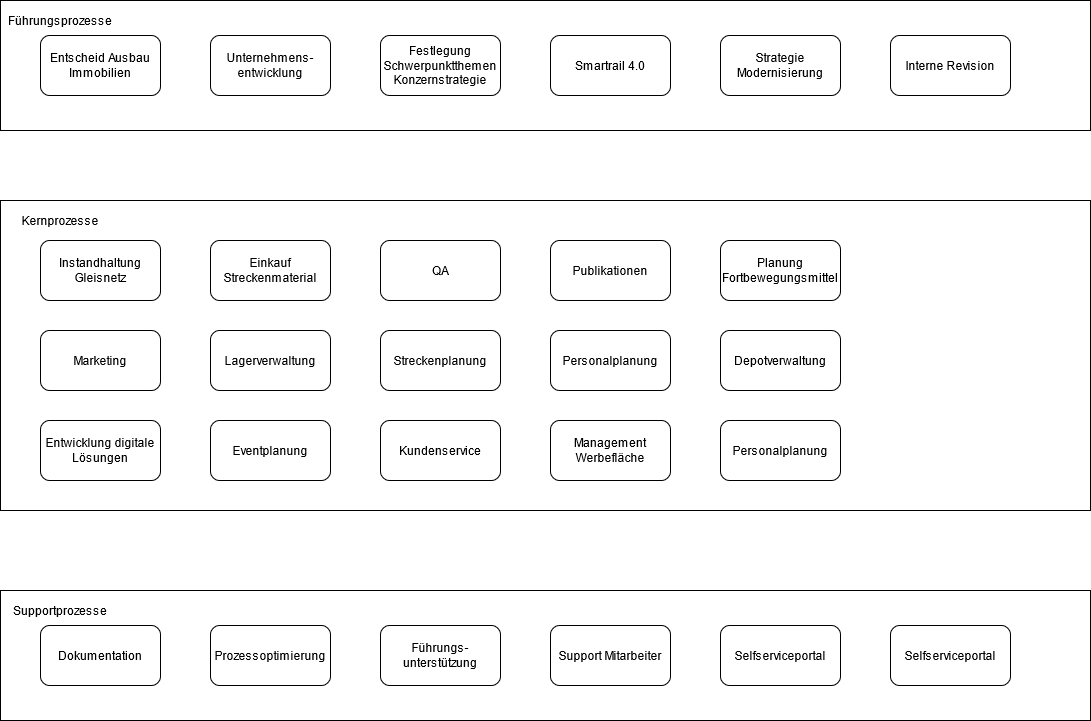
MokthecoolWok/m254 keeps this draw.io diagram as ProzessMAP_A4.png. Above is the earlier version. Source tidied: cells renumbered, new cells last; positions are measured from the earlier drawing's top-left corner, leaving out a move shared by most shapes.
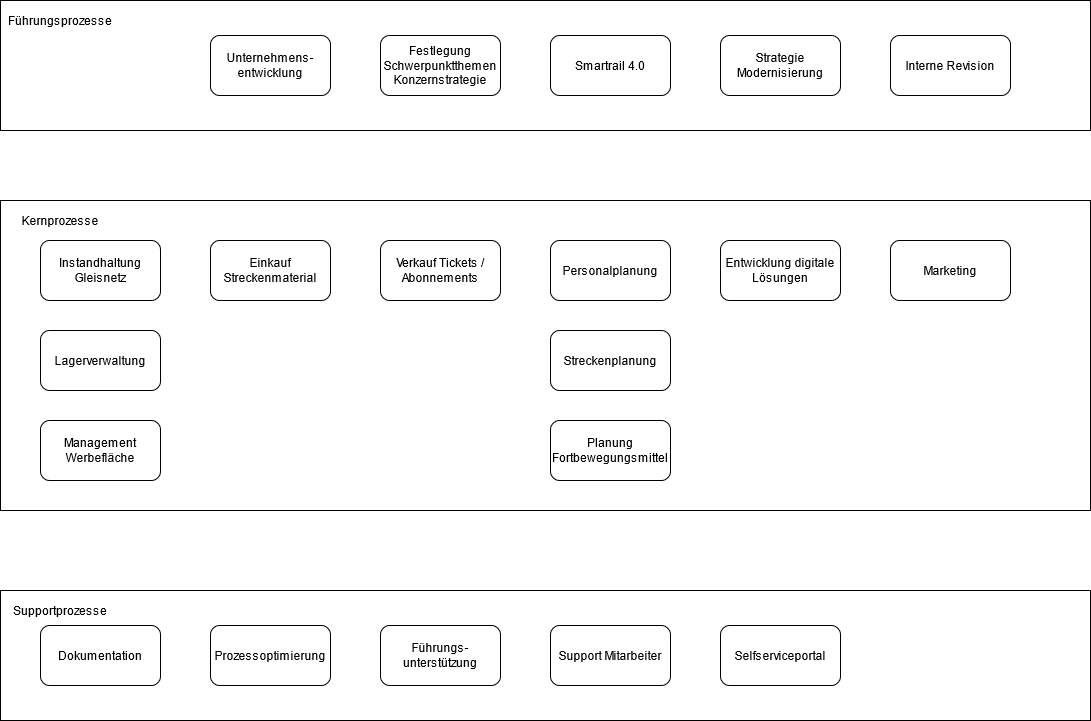
The same diagram one commit later.

Change to the diagram source:
```diff
@@ -15,47 +15,32 @@
       <mxGeometry x="40" y="40" width="120" height="60" as="geometry" />
     </mxCell>
     <mxCell id="6" value="Marketing" style="rounded=1;whiteSpace=wrap;html=1;" parent="2" vertex="1">
-      <mxGeometry x="40" y="130" width="120" height="60" as="geometry" />
+      <mxGeometry x="890" y="40" width="120" height="60" as="geometry" />
     </mxCell>
     <mxCell id="7" value="Entwicklung digitale Lösungen" style="rounded=1;whiteSpace=wrap;html=1;" parent="2" vertex="1">
-      <mxGeometry x="40" y="220" width="120" height="60" as="geometry" />
+      <mxGeometry x="720" y="40" width="120" height="60" as="geometry" />
     </mxCell>
     <mxCell id="8" value="Einkauf Streckenmaterial" style="rounded=1;whiteSpace=wrap;html=1;" parent="2" vertex="1">
       <mxGeometry x="210" y="40" width="120" height="60" as="geometry" />
     </mxCell>
     <mxCell id="9" value="Lagerverwaltung" style="rounded=1;whiteSpace=wrap;html=1;" parent="2" vertex="1">
-      <mxGeometry x="210" y="130" width="120" height="60" as="geometry" />
+      <mxGeometry x="40" y="130" width="120" height="60" as="geometry" />
     </mxCell>
-    <mxCell id="10" value="Eventplanung" style="rounded=1;whiteSpace=wrap;html=1;" parent="2" vertex="1">
-      <mxGeometry x="210" y="220" width="120" height="60" as="geometry" />
-    </mxCell>
-    <mxCell id="11" value="QA" style="rounded=1;whiteSpace=wrap;html=1;" parent="2" vertex="1">
+    <mxCell id="11" value="Verkauf Tickets / Abonnements" style="rounded=1;whiteSpace=wrap;html=1;" parent="2" vertex="1">
       <mxGeometry x="380" y="40" width="120" height="60" as="geometry" />
     </mxCell>
-    <mxCell id="12" value="Kundenservice" style="rounded=1;whiteSpace=wrap;html=1;" parent="2" vertex="1">
-      <mxGeometry x="380" y="220" width="120" height="60" as="geometry" />
-    </mxCell>
     <mxCell id="13" value="Streckenplanung" style="rounded=1;whiteSpace=wrap;html=1;" parent="2" vertex="1">
-      <mxGeometry x="380" y="130" width="120" height="60" as="geometry" />
+      <mxGeometry x="550" y="130" width="120" height="60" as="geometry" />
     </mxCell>
     <mxCell id="14" value="Personalplanung" style="rounded=1;whiteSpace=wrap;html=1;" parent="2" vertex="1">
-      <mxGeometry x="550" y="130" width="120" height="60" as="geometry" />
+      <mxGeometry x="550" y="40" width="120" height="60" as="geometry" />
     </mxCell>
-    <mxCell id="15" value="Publikationen" style="rounded=1;whiteSpace=wrap;html=1;" parent="2" vertex="1">
-      <mxGeometry x="550" y="40" width="120" height="60" as="geometry" />
-    </mxCell>
     <mxCell id="16" value="Management Werbefläche" style="rounded=1;whiteSpace=wrap;html=1;" parent="2" vertex="1">
-      <mxGeometry x="550" y="220" width="120" height="60" as="geometry" />
+      <mxGeometry x="40" y="220" width="120" height="60" as="geometry" />
     </mxCell>
     <mxCell id="17" value="Planung Fortbewegungsmittel" style="rounded=1;whiteSpace=wrap;html=1;" parent="2" vertex="1">
-      <mxGeometry x="720" y="40" width="120" height="60" as="geometry" />
+      <mxGeometry x="550" y="220" width="120" height="60" as="geometry" />
     </mxCell>
-    <mxCell id="18" value="Depotverwaltung" style="rounded=1;whiteSpace=wrap;html=1;" parent="2" vertex="1">
-      <mxGeometry x="720" y="130" width="120" height="60" as="geometry" />
-    </mxCell>
-    <mxCell id="19" value="Personalplanung" style="rounded=1;whiteSpace=wrap;html=1;" parent="2" vertex="1">
-      <mxGeometry x="720" y="220" width="120" height="60" as="geometry" />
-    </mxCell>
     <mxCell id="20" style="group;" parent="1" vertex="1">
       <mxGeometry width="1090" height="130" as="geometry" />
     </mxCell>
@@ -65,9 +50,6 @@
     <mxCell id="22" value="Führungsprozesse" style="text;html=1;strokeColor=none;fillColor=none;align=center;verticalAlign=middle;whiteSpace=wrap;rounded=0;" parent="20" vertex="1">
       <mxGeometry width="120" height="40" as="geometry" />
     </mxCell>
-    <mxCell id="23" value="Entscheid Ausbau Immobilien" style="rounded=1;whiteSpace=wrap;html=1;" parent="20" vertex="1">
-      <mxGeometry x="40" y="35" width="120" height="60" as="geometry" />
-    </mxCell>
     <mxCell id="24" value="Unternehmens-entwicklung" style="rounded=1;whiteSpace=wrap;html=1;" parent="20" vertex="1">
       <mxGeometry x="210" y="35" width="120" height="60" as="geometry" />
     </mxCell>
@@ -107,8 +89,5 @@
     <mxCell id="36" value="Selfserviceportal" style="rounded=1;whiteSpace=wrap;html=1;" parent="29" vertex="1">
       <mxGeometry x="720" y="35" width="120" height="60" as="geometry" />
     </mxCell>
-    <mxCell id="37" value="Selfserviceportal" style="rounded=1;whiteSpace=wrap;html=1;" parent="29" vertex="1">
-      <mxGeometry x="890" y="35" width="120" height="60" as="geometry" />
-    </mxCell>
   </root>
 </mxGraphModel>
```
